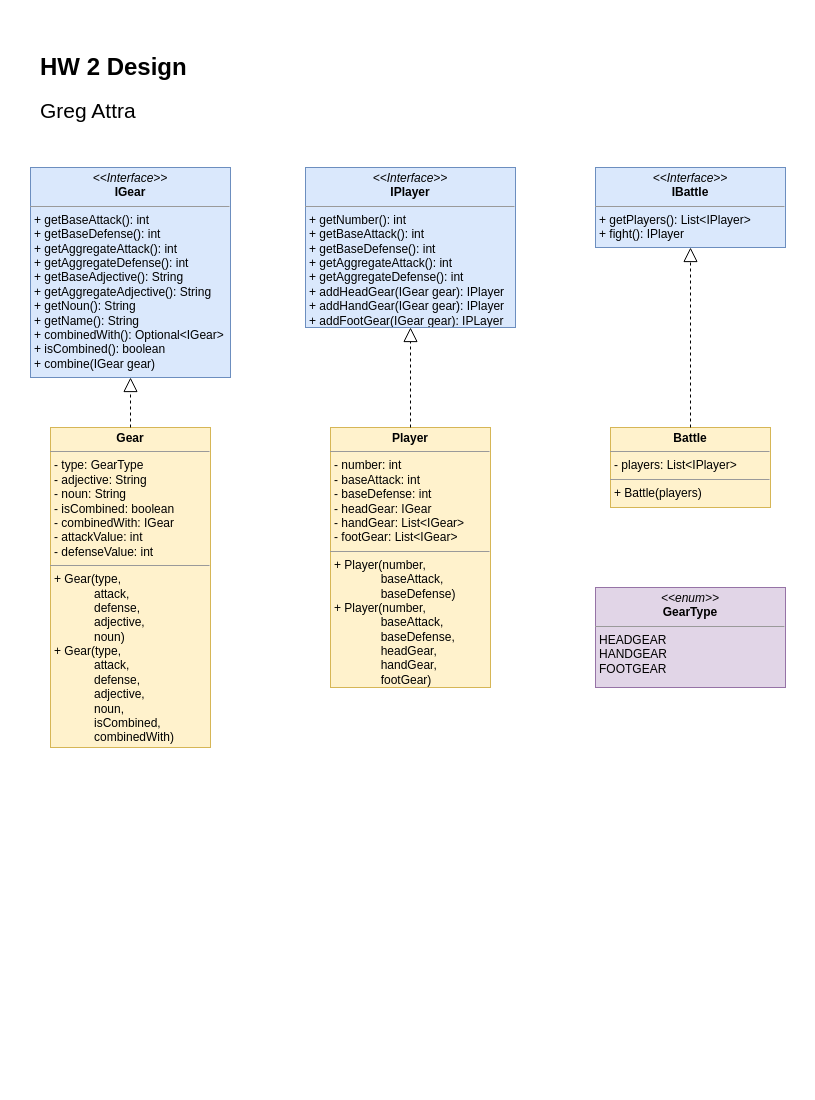
Above: HW2/hw2-design.drawio in gbattra/OOP-Design-Patterns-in-Java (draw.io), before the change. Source tidied: cells renumbered, new cells numbered last; positions are measured from the earlier drawing's top-left corner, leaving out a move shared by most shapes. Both pictures are drawn from the tidied source at 100%, with x=0, y=0 at pixel (30, 47).
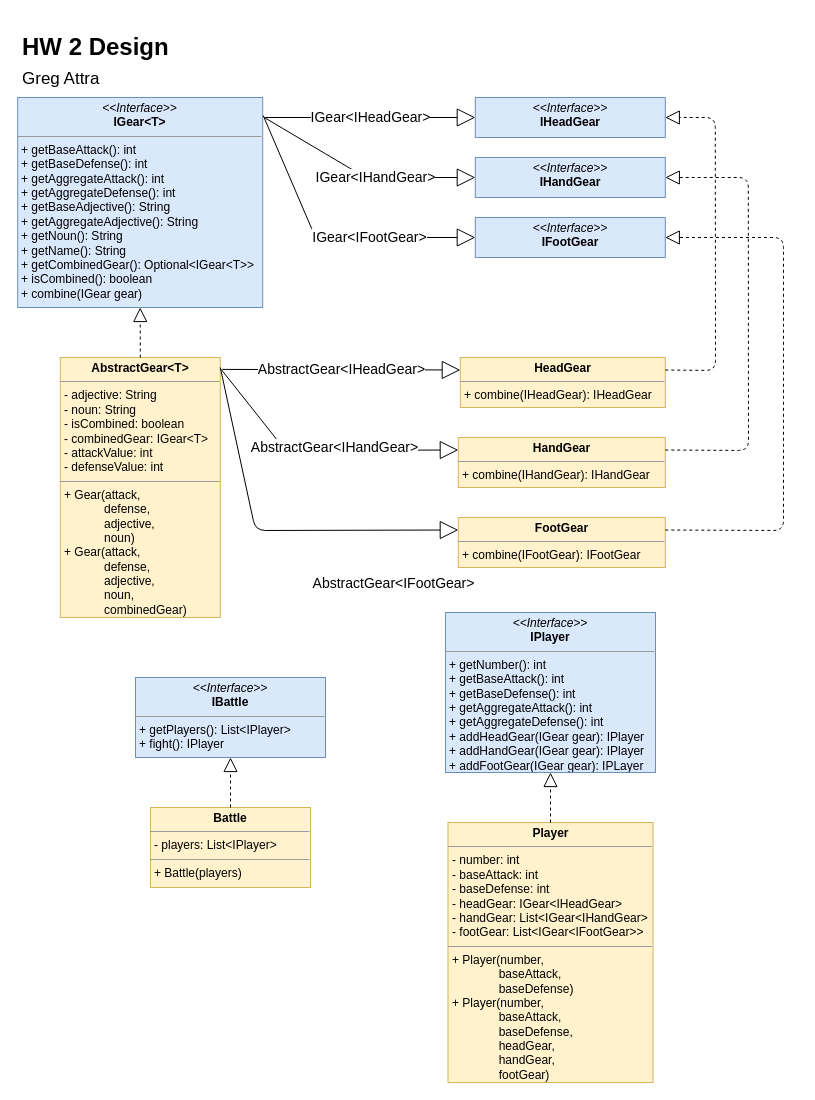
Above is the later version.

Commit message (it also covers changes not shown here):
abstract class and handgear

Diff of the diagram source:
```diff
@@
-    <mxCell id="2" value="&lt;p style=&quot;margin: 0px ; margin-top: 4px ; text-align: center&quot;&gt;&lt;i&gt;&amp;lt;&amp;lt;Interface&amp;gt;&amp;gt;&lt;/i&gt;&lt;br&gt;&lt;b&gt;IGear&lt;/b&gt;&lt;/p&gt;&lt;hr size=&quot;1&quot;&gt;&lt;p style=&quot;margin: 0px ; margin-left: 4px&quot;&gt;&lt;/p&gt;&lt;p style=&quot;margin: 0px ; margin-left: 4px&quot;&gt;+ getBaseAttack(): int&lt;br&gt;+ getBaseDefense(): int&lt;/p&gt;&lt;p style=&quot;margin: 0px ; margin-left: 4px&quot;&gt;+ getAggregateAttack(): int&lt;/p&gt;&lt;p style=&quot;margin: 0px ; margin-left: 4px&quot;&gt;+ getAggregateDefense(): int&lt;/p&gt;&lt;p style=&quot;margin: 0px ; margin-left: 4px&quot;&gt;+ getBaseAdjective(): String&lt;/p&gt;&lt;p style=&quot;margin: 0px ; margin-left: 4px&quot;&gt;+ getAggregateAdjective(): String&lt;/p&gt;&lt;p style=&quot;margin: 0px ; margin-left: 4px&quot;&gt;+ getNoun(): String&lt;/p&gt;&lt;p style=&quot;margin: 0px ; margin-left: 4px&quot;&gt;+ getName(): String&lt;/p&gt;&lt;p style=&quot;margin: 0px ; margin-left: 4px&quot;&gt;+ combinedWith(): Optional&amp;lt;IGear&amp;gt;&lt;/p&gt;&lt;p style=&quot;margin: 0px ; margin-left: 4px&quot;&gt;+ isCombined(): boolean&lt;/p&gt;&lt;p style=&quot;margin: 0px ; margin-left: 4px&quot;&gt;+ combine(IGear gear)&lt;/p&gt;" style="verticalAlign=top;align=left;overflow=fill;fontSize=12;fontFamily=Helvetica;html=1;fillColor=#dae8fc;strokeColor=#6c8ebf;" parent="1" vertex="1">
-      <mxGeometry y="120" width="200" height="210" as="geometry" />
+    <mxCell id="2" value="&lt;p style=&quot;margin: 0px ; margin-top: 4px ; text-align: center&quot;&gt;&lt;i&gt;&amp;lt;&amp;lt;Interface&amp;gt;&amp;gt;&lt;/i&gt;&lt;br&gt;&lt;b&gt;IGear&amp;lt;T&amp;gt;&lt;/b&gt;&lt;/p&gt;&lt;hr size=&quot;1&quot;&gt;&lt;p style=&quot;margin: 0px ; margin-left: 4px&quot;&gt;&lt;/p&gt;&lt;p style=&quot;margin: 0px ; margin-left: 4px&quot;&gt;+ getBaseAttack(): int&lt;br&gt;+ getBaseDefense(): int&lt;/p&gt;&lt;p style=&quot;margin: 0px ; margin-left: 4px&quot;&gt;+ getAggregateAttack(): int&lt;/p&gt;&lt;p style=&quot;margin: 0px ; margin-left: 4px&quot;&gt;+ getAggregateDefense(): int&lt;/p&gt;&lt;p style=&quot;margin: 0px ; margin-left: 4px&quot;&gt;+ getBaseAdjective(): String&lt;/p&gt;&lt;p style=&quot;margin: 0px ; margin-left: 4px&quot;&gt;+ getAggregateAdjective(): String&lt;/p&gt;&lt;p style=&quot;margin: 0px ; margin-left: 4px&quot;&gt;+ getNoun(): String&lt;/p&gt;&lt;p style=&quot;margin: 0px ; margin-left: 4px&quot;&gt;+ getName(): String&lt;/p&gt;&lt;p style=&quot;margin: 0px ; margin-left: 4px&quot;&gt;+ getCombinedGear(): Optional&amp;lt;IGear&amp;lt;T&amp;gt;&amp;gt;&lt;/p&gt;&lt;p style=&quot;margin: 0px ; margin-left: 4px&quot;&gt;+ isCombined(): boolean&lt;/p&gt;&lt;p style=&quot;margin: 0px ; margin-left: 4px&quot;&gt;+ combine(IGear gear)&lt;/p&gt;" style="verticalAlign=top;align=left;overflow=fill;fontSize=12;fontFamily=Helvetica;html=1;fillColor=#dae8fc;strokeColor=#6c8ebf;" parent="1" vertex="1">
+      <mxGeometry x="-12.8" y="50" width="245" height="210" as="geometry" />
     </mxCell>
-    <mxCell id="3" value="&lt;p style=&quot;margin: 0px ; margin-top: 4px ; text-align: center&quot;&gt;&lt;b&gt;Gear&lt;/b&gt;&lt;/p&gt;&lt;hr size=&quot;1&quot;&gt;&lt;p style=&quot;margin: 0px 0px 0px 4px&quot;&gt;- type: GearType&lt;/p&gt;&lt;p style=&quot;margin: 0px 0px 0px 4px&quot;&gt;- adjective: String&lt;/p&gt;&lt;p style=&quot;margin: 0px 0px 0px 4px&quot;&gt;- noun: String&lt;/p&gt;&lt;p style=&quot;margin: 0px 0px 0px 4px&quot;&gt;- isCombined: boolean&lt;/p&gt;&lt;p style=&quot;margin: 0px 0px 0px 4px&quot;&gt;- combinedWith: IGear&lt;/p&gt;&lt;p style=&quot;margin: 0px 0px 0px 4px&quot;&gt;- attackValue: int&lt;/p&gt;&lt;p style=&quot;margin: 0px 0px 0px 4px&quot;&gt;- defenseValue: int&lt;/p&gt;&lt;hr size=&quot;1&quot;&gt;&lt;p style=&quot;margin: 0px ; margin-left: 4px&quot;&gt;+ Gear(type,&amp;nbsp;&lt;/p&gt;&lt;p style=&quot;margin: 0px ; margin-left: 4px&quot;&gt;&amp;nbsp; &amp;nbsp; &amp;nbsp; &amp;nbsp; &amp;nbsp; &amp;nbsp; attack,&lt;/p&gt;&lt;p style=&quot;margin: 0px ; margin-left: 4px&quot;&gt;&amp;nbsp; &amp;nbsp; &amp;nbsp; &amp;nbsp; &amp;nbsp; &amp;nbsp; defense,&lt;/p&gt;&lt;p style=&quot;margin: 0px ; margin-left: 4px&quot;&gt;&amp;nbsp; &amp;nbsp; &amp;nbsp; &amp;nbsp; &amp;nbsp; &amp;nbsp; adjective,&lt;/p&gt;&lt;p style=&quot;margin: 0px ; margin-left: 4px&quot;&gt;&amp;nbsp; &amp;nbsp; &amp;nbsp; &amp;nbsp; &amp;nbsp; &amp;nbsp; noun)&lt;br&gt;&lt;/p&gt;&lt;p style=&quot;margin: 0px 0px 0px 4px&quot;&gt;+ Gear(type,&amp;nbsp;&lt;/p&gt;&lt;p style=&quot;margin: 0px 0px 0px 4px&quot;&gt;&amp;nbsp; &amp;nbsp; &amp;nbsp; &amp;nbsp; &amp;nbsp; &amp;nbsp; attack,&lt;/p&gt;&lt;p style=&quot;margin: 0px 0px 0px 4px&quot;&gt;&amp;nbsp; &amp;nbsp; &amp;nbsp; &amp;nbsp; &amp;nbsp; &amp;nbsp; defense,&lt;/p&gt;&lt;p style=&quot;margin: 0px 0px 0px 4px&quot;&gt;&amp;nbsp; &amp;nbsp; &amp;nbsp; &amp;nbsp; &amp;nbsp; &amp;nbsp; adjective,&lt;/p&gt;&lt;p style=&quot;margin: 0px 0px 0px 4px&quot;&gt;&amp;nbsp; &amp;nbsp; &amp;nbsp; &amp;nbsp; &amp;nbsp; &amp;nbsp; noun,&lt;/p&gt;&lt;p style=&quot;margin: 0px ; margin-left: 4px&quot;&gt;&amp;nbsp; &amp;nbsp; &amp;nbsp; &amp;nbsp; &amp;nbsp; &amp;nbsp; isCombined,&lt;/p&gt;&lt;p style=&quot;margin: 0px ; margin-left: 4px&quot;&gt;&amp;nbsp; &amp;nbsp; &amp;nbsp; &amp;nbsp; &amp;nbsp; &amp;nbsp; combinedWith)&lt;/p&gt;" style="verticalAlign=top;align=left;overflow=fill;fontSize=12;fontFamily=Helvetica;html=1;fillColor=#fff2cc;strokeColor=#d6b656;" parent="1" vertex="1">
-      <mxGeometry x="20" y="380" width="160" height="320" as="geometry" />
+    <mxCell id="3" value="&lt;p style=&quot;margin: 0px ; margin-top: 4px ; text-align: center&quot;&gt;&lt;b&gt;AbstractGear&amp;lt;T&amp;gt;&lt;/b&gt;&lt;/p&gt;&lt;hr size=&quot;1&quot;&gt;&lt;p style=&quot;margin: 0px 0px 0px 4px&quot;&gt;&lt;span&gt;- adjective: String&lt;/span&gt;&lt;br&gt;&lt;/p&gt;&lt;p style=&quot;margin: 0px 0px 0px 4px&quot;&gt;- noun: String&lt;/p&gt;&lt;p style=&quot;margin: 0px 0px 0px 4px&quot;&gt;- isCombined: boolean&lt;/p&gt;&lt;p style=&quot;margin: 0px 0px 0px 4px&quot;&gt;- combinedGear: IGear&amp;lt;T&amp;gt;&lt;/p&gt;&lt;p style=&quot;margin: 0px 0px 0px 4px&quot;&gt;- attackValue: int&lt;/p&gt;&lt;p style=&quot;margin: 0px 0px 0px 4px&quot;&gt;- defenseValue: int&lt;/p&gt;&lt;hr size=&quot;1&quot;&gt;&lt;p style=&quot;margin: 0px ; margin-left: 4px&quot;&gt;+ Gear(&lt;span&gt;attack,&lt;/span&gt;&lt;/p&gt;&lt;p style=&quot;margin: 0px ; margin-left: 4px&quot;&gt;&amp;nbsp; &amp;nbsp; &amp;nbsp; &amp;nbsp; &amp;nbsp; &amp;nbsp; defense,&lt;/p&gt;&lt;p style=&quot;margin: 0px ; margin-left: 4px&quot;&gt;&amp;nbsp; &amp;nbsp; &amp;nbsp; &amp;nbsp; &amp;nbsp; &amp;nbsp; adjective,&lt;/p&gt;&lt;p style=&quot;margin: 0px ; margin-left: 4px&quot;&gt;&amp;nbsp; &amp;nbsp; &amp;nbsp; &amp;nbsp; &amp;nbsp; &amp;nbsp; noun)&lt;br&gt;&lt;/p&gt;&lt;p style=&quot;margin: 0px 0px 0px 4px&quot;&gt;+ Gear(&lt;span&gt;attack,&lt;/span&gt;&lt;/p&gt;&lt;p style=&quot;margin: 0px 0px 0px 4px&quot;&gt;&amp;nbsp; &amp;nbsp; &amp;nbsp; &amp;nbsp; &amp;nbsp; &amp;nbsp; defense,&lt;/p&gt;&lt;p style=&quot;margin: 0px 0px 0px 4px&quot;&gt;&amp;nbsp; &amp;nbsp; &amp;nbsp; &amp;nbsp; &amp;nbsp; &amp;nbsp; adjective,&lt;/p&gt;&lt;p style=&quot;margin: 0px 0px 0px 4px&quot;&gt;&amp;nbsp; &amp;nbsp; &amp;nbsp; &amp;nbsp; &amp;nbsp; &amp;nbsp; noun,&lt;/p&gt;&lt;p style=&quot;margin: 0px ; margin-left: 4px&quot;&gt;&amp;nbsp; &amp;nbsp; &amp;nbsp; &amp;nbsp; &amp;nbsp; &amp;nbsp; combinedGear)&lt;/p&gt;" style="verticalAlign=top;align=left;overflow=fill;fontSize=12;fontFamily=Helvetica;html=1;fillColor=#fff2cc;strokeColor=#d6b656;" parent="1" vertex="1">
+      <mxGeometry x="29.8" y="310" width="160" height="260" as="geometry" />
     </mxCell>
@@
     <mxCell id="5" value="&lt;p style=&quot;margin: 0px ; margin-top: 4px ; text-align: center&quot;&gt;&lt;i&gt;&amp;lt;&amp;lt;Interface&amp;gt;&amp;gt;&lt;/i&gt;&lt;br&gt;&lt;b&gt;IPlayer&lt;/b&gt;&lt;/p&gt;&lt;hr size=&quot;1&quot;&gt;&lt;p style=&quot;margin: 0px ; margin-left: 4px&quot;&gt;+ getNumber(): int&lt;/p&gt;&lt;p style=&quot;margin: 0px ; margin-left: 4px&quot;&gt;+ getBaseAttack(): int&lt;/p&gt;&lt;p style=&quot;margin: 0px ; margin-left: 4px&quot;&gt;+ getBaseDefense(): int&lt;/p&gt;&lt;p style=&quot;margin: 0px ; margin-left: 4px&quot;&gt;+ getAggregateAttack(): int&lt;br&gt;&lt;/p&gt;&lt;p style=&quot;margin: 0px ; margin-left: 4px&quot;&gt;+ getAggregateDefense(): int&lt;/p&gt;&lt;p style=&quot;margin: 0px ; margin-left: 4px&quot;&gt;+ addHeadGear(IGear gear): IPlayer&lt;/p&gt;&lt;p style=&quot;margin: 0px ; margin-left: 4px&quot;&gt;+ addHandGear(IGear gear): IPlayer&lt;/p&gt;&lt;p style=&quot;margin: 0px ; margin-left: 4px&quot;&gt;+ addFootGear(IGear gear): IPLayer&lt;/p&gt;" style="verticalAlign=top;align=left;overflow=fill;fontSize=12;fontFamily=Helvetica;html=1;fillColor=#dae8fc;strokeColor=#6c8ebf;" parent="1" vertex="1">
-      <mxGeometry x="275" y="120" width="210" height="160" as="geometry" />
+      <mxGeometry x="415" y="565" width="210" height="160" as="geometry" />
     </mxCell>
-    <mxCell id="6" value="&lt;p style=&quot;margin: 0px ; margin-top: 4px ; text-align: center&quot;&gt;&lt;b&gt;Player&lt;/b&gt;&lt;/p&gt;&lt;hr size=&quot;1&quot;&gt;&lt;p style=&quot;margin: 0px ; margin-left: 4px&quot;&gt;- number: int&lt;/p&gt;&lt;p style=&quot;margin: 0px ; margin-left: 4px&quot;&gt;- baseAttack: int&lt;/p&gt;&lt;p style=&quot;margin: 0px ; margin-left: 4px&quot;&gt;- baseDefense: int&lt;/p&gt;&lt;p style=&quot;margin: 0px ; margin-left: 4px&quot;&gt;- headGear: IGear&lt;br&gt;- handGear: List&amp;lt;IGear&amp;gt;&lt;/p&gt;&lt;p style=&quot;margin: 0px ; margin-left: 4px&quot;&gt;- footGear: List&amp;lt;IGear&amp;gt;&lt;/p&gt;&lt;hr size=&quot;1&quot;&gt;&lt;p style=&quot;margin: 0px ; margin-left: 4px&quot;&gt;+ Player(number,&lt;/p&gt;&lt;p style=&quot;margin: 0px ; margin-left: 4px&quot;&gt;&amp;nbsp; &amp;nbsp; &amp;nbsp; &amp;nbsp; &amp;nbsp; &amp;nbsp; &amp;nbsp; baseAttack,&lt;/p&gt;&lt;p style=&quot;margin: 0px ; margin-left: 4px&quot;&gt;&amp;nbsp; &amp;nbsp; &amp;nbsp; &amp;nbsp; &amp;nbsp; &amp;nbsp; &amp;nbsp; baseDefense)&lt;/p&gt;&lt;p style=&quot;margin: 0px ; margin-left: 4px&quot;&gt;+ Player(number,&lt;/p&gt;&lt;p style=&quot;margin: 0px ; margin-left: 4px&quot;&gt;&amp;nbsp; &amp;nbsp; &amp;nbsp; &amp;nbsp; &amp;nbsp; &amp;nbsp; &amp;nbsp; baseAttack,&lt;/p&gt;&lt;p style=&quot;margin: 0px ; margin-left: 4px&quot;&gt;&amp;nbsp; &amp;nbsp; &amp;nbsp; &amp;nbsp; &amp;nbsp; &amp;nbsp; &amp;nbsp; baseDefense,&lt;/p&gt;&lt;p style=&quot;margin: 0px ; margin-left: 4px&quot;&gt;&amp;nbsp; &amp;nbsp; &amp;nbsp; &amp;nbsp; &amp;nbsp; &amp;nbsp; &amp;nbsp; headGear,&lt;/p&gt;&lt;p style=&quot;margin: 0px ; margin-left: 4px&quot;&gt;&amp;nbsp; &amp;nbsp; &amp;nbsp; &amp;nbsp; &amp;nbsp; &amp;nbsp; &amp;nbsp; handGear,&lt;/p&gt;&lt;p style=&quot;margin: 0px ; margin-left: 4px&quot;&gt;&amp;nbsp; &amp;nbsp; &amp;nbsp; &amp;nbsp; &amp;nbsp; &amp;nbsp; &amp;nbsp; footGear)&lt;/p&gt;" style="verticalAlign=top;align=left;overflow=fill;fontSize=12;fontFamily=Helvetica;html=1;fillColor=#fff2cc;strokeColor=#d6b656;" parent="1" vertex="1">
-      <mxGeometry x="300" y="380" width="160" height="260" as="geometry" />
+    <mxCell id="6" value="&lt;p style=&quot;margin: 0px ; margin-top: 4px ; text-align: center&quot;&gt;&lt;b&gt;Player&lt;/b&gt;&lt;/p&gt;&lt;hr size=&quot;1&quot;&gt;&lt;p style=&quot;margin: 0px ; margin-left: 4px&quot;&gt;- number: int&lt;/p&gt;&lt;p style=&quot;margin: 0px ; margin-left: 4px&quot;&gt;- baseAttack: int&lt;/p&gt;&lt;p style=&quot;margin: 0px ; margin-left: 4px&quot;&gt;- baseDefense: int&lt;/p&gt;&lt;p style=&quot;margin: 0px ; margin-left: 4px&quot;&gt;- headGear: IGear&amp;lt;IHeadGear&amp;gt;&lt;br&gt;- handGear: List&amp;lt;IGear&amp;lt;IHandGear&amp;gt;&lt;/p&gt;&lt;p style=&quot;margin: 0px ; margin-left: 4px&quot;&gt;- footGear: List&amp;lt;IGear&amp;lt;IFootGear&amp;gt;&amp;gt;&lt;/p&gt;&lt;hr size=&quot;1&quot;&gt;&lt;p style=&quot;margin: 0px ; margin-left: 4px&quot;&gt;+ Player(number,&lt;/p&gt;&lt;p style=&quot;margin: 0px ; margin-left: 4px&quot;&gt;&amp;nbsp; &amp;nbsp; &amp;nbsp; &amp;nbsp; &amp;nbsp; &amp;nbsp; &amp;nbsp; baseAttack,&lt;/p&gt;&lt;p style=&quot;margin: 0px ; margin-left: 4px&quot;&gt;&amp;nbsp; &amp;nbsp; &amp;nbsp; &amp;nbsp; &amp;nbsp; &amp;nbsp; &amp;nbsp; baseDefense)&lt;/p&gt;&lt;p style=&quot;margin: 0px ; margin-left: 4px&quot;&gt;+ Player(number,&lt;/p&gt;&lt;p style=&quot;margin: 0px ; margin-left: 4px&quot;&gt;&amp;nbsp; &amp;nbsp; &amp;nbsp; &amp;nbsp; &amp;nbsp; &amp;nbsp; &amp;nbsp; baseAttack,&lt;/p&gt;&lt;p style=&quot;margin: 0px ; margin-left: 4px&quot;&gt;&amp;nbsp; &amp;nbsp; &amp;nbsp; &amp;nbsp; &amp;nbsp; &amp;nbsp; &amp;nbsp; baseDefense,&lt;/p&gt;&lt;p style=&quot;margin: 0px ; margin-left: 4px&quot;&gt;&amp;nbsp; &amp;nbsp; &amp;nbsp; &amp;nbsp; &amp;nbsp; &amp;nbsp; &amp;nbsp; headGear,&lt;/p&gt;&lt;p style=&quot;margin: 0px ; margin-left: 4px&quot;&gt;&amp;nbsp; &amp;nbsp; &amp;nbsp; &amp;nbsp; &amp;nbsp; &amp;nbsp; &amp;nbsp; handGear,&lt;/p&gt;&lt;p style=&quot;margin: 0px ; margin-left: 4px&quot;&gt;&amp;nbsp; &amp;nbsp; &amp;nbsp; &amp;nbsp; &amp;nbsp; &amp;nbsp; &amp;nbsp; footGear)&lt;/p&gt;" style="verticalAlign=top;align=left;overflow=fill;fontSize=12;fontFamily=Helvetica;html=1;fillColor=#fff2cc;strokeColor=#d6b656;" parent="1" vertex="1">
+      <mxGeometry x="417.5" y="775" width="205" height="260" as="geometry" />
     </mxCell>
@@
     <mxCell id="8" value="&lt;p style=&quot;margin: 0px ; margin-top: 4px ; text-align: center&quot;&gt;&lt;i&gt;&amp;lt;&amp;lt;Interface&amp;gt;&amp;gt;&lt;/i&gt;&lt;br&gt;&lt;b&gt;IBattle&lt;/b&gt;&lt;/p&gt;&lt;hr size=&quot;1&quot;&gt;&lt;p style=&quot;margin: 0px ; margin-left: 4px&quot;&gt;+ getPlayers(): List&amp;lt;IPlayer&amp;gt;&lt;/p&gt;&lt;p style=&quot;margin: 0px ; margin-left: 4px&quot;&gt;+ fight(): IPlayer&lt;/p&gt;" style="verticalAlign=top;align=left;overflow=fill;fontSize=12;fontFamily=Helvetica;html=1;fillColor=#dae8fc;strokeColor=#6c8ebf;" parent="1" vertex="1">
-      <mxGeometry x="565" y="120" width="190" height="80" as="geometry" />
+      <mxGeometry x="105" y="630" width="190" height="80" as="geometry" />
     </mxCell>
     <mxCell id="9" value="&lt;p style=&quot;margin: 0px ; margin-top: 4px ; text-align: center&quot;&gt;&lt;b&gt;Battle&lt;/b&gt;&lt;/p&gt;&lt;hr size=&quot;1&quot;&gt;&lt;p style=&quot;margin: 0px ; margin-left: 4px&quot;&gt;- players: List&amp;lt;IPlayer&amp;gt;&lt;/p&gt;&lt;hr size=&quot;1&quot;&gt;&lt;p style=&quot;margin: 0px ; margin-left: 4px&quot;&gt;+ Battle(players)&lt;/p&gt;" style="verticalAlign=top;align=left;overflow=fill;fontSize=12;fontFamily=Helvetica;html=1;fillColor=#fff2cc;strokeColor=#d6b656;" parent="1" vertex="1">
-      <mxGeometry x="580" y="380" width="160" height="80" as="geometry" />
+      <mxGeometry x="120" y="760" width="160" height="80" as="geometry" />
     </mxCell>
@@
-    <mxCell id="11" value="&lt;p style=&quot;margin: 0px ; margin-top: 4px ; text-align: center&quot;&gt;&lt;i&gt;&amp;lt;&amp;lt;enum&amp;gt;&amp;gt;&lt;/i&gt;&lt;br&gt;&lt;b&gt;GearType&lt;/b&gt;&lt;/p&gt;&lt;hr size=&quot;1&quot;&gt;&lt;p style=&quot;margin: 0px ; margin-left: 4px&quot;&gt;HEADGEAR&lt;/p&gt;&lt;p style=&quot;margin: 0px ; margin-left: 4px&quot;&gt;HANDGEAR&lt;/p&gt;&lt;p style=&quot;margin: 0px ; margin-left: 4px&quot;&gt;FOOTGEAR&lt;/p&gt;" style="verticalAlign=top;align=left;overflow=fill;fontSize=12;fontFamily=Helvetica;html=1;fillColor=#e1d5e7;strokeColor=#9673a6;" parent="1" vertex="1">
-      <mxGeometry x="565" y="540" width="190" height="100" as="geometry" />
-    </mxCell>
-    <mxCell id="12" value="&lt;h1&gt;HW 2 Design&lt;/h1&gt;&lt;p&gt;&lt;font style=&quot;font-size: 21px&quot;&gt;Greg Attra&lt;/font&gt;&lt;/p&gt;" style="text;html=1;strokeColor=none;fillColor=none;spacing=5;spacingTop=-20;whiteSpace=wrap;overflow=hidden;rounded=0;" parent="1" vertex="1">
-      <mxGeometry x="5" width="190" height="120" as="geometry" />
+    <mxCell id="12" value="&lt;h1&gt;HW 2 Design&lt;br&gt;&lt;span style=&quot;font-weight: normal&quot;&gt;&lt;font style=&quot;font-size: 17px&quot;&gt;Greg Attra&lt;/font&gt;&lt;/span&gt;&lt;/h1&gt;" style="text;html=1;strokeColor=none;fillColor=none;spacing=5;spacingTop=-20;whiteSpace=wrap;overflow=hidden;rounded=0;" parent="1" vertex="1">
+      <mxGeometry x="-12.8" y="-20" width="190" height="120" as="geometry" />
     </mxCell>
+    <mxCell id="13" value="&lt;p style=&quot;margin: 0px ; margin-top: 4px ; text-align: center&quot;&gt;&lt;i&gt;&amp;lt;&amp;lt;Interface&amp;gt;&amp;gt;&lt;/i&gt;&lt;br&gt;&lt;b&gt;IHeadGear&lt;/b&gt;&lt;/p&gt;&lt;p style=&quot;margin: 0px ; margin-left: 4px&quot;&gt;&lt;br&gt;&lt;/p&gt;" style="verticalAlign=top;align=left;overflow=fill;fontSize=12;fontFamily=Helvetica;html=1;fillColor=#dae8fc;strokeColor=#6c8ebf;" parent="1" vertex="1">
+      <mxGeometry x="444.8" y="50" width="190" height="40" as="geometry" />
+    </mxCell>
+    <mxCell id="14" value="&lt;font style=&quot;font-size: 14px&quot;&gt;IGear&amp;lt;IHeadGear&amp;gt;&lt;/font&gt;" style="endArrow=block;endSize=16;endFill=0;html=1;entryX=0;entryY=0.5;entryDx=0;entryDy=0;" parent="1" edge="1" target="13">
+      <mxGeometry relative="1" as="geometry">
+        <mxPoint x="234.8" y="70" as="sourcePoint" />
+      </mxGeometry>
+    </mxCell>
+    <mxCell id="15" value="&lt;p style=&quot;margin: 0px ; margin-top: 4px ; text-align: center&quot;&gt;&lt;i&gt;&amp;lt;&amp;lt;Interface&amp;gt;&amp;gt;&lt;/i&gt;&lt;br&gt;&lt;b&gt;IHandGear&lt;/b&gt;&lt;/p&gt;&lt;p style=&quot;margin: 0px ; margin-left: 4px&quot;&gt;&lt;br&gt;&lt;/p&gt;" style="verticalAlign=top;align=left;overflow=fill;fontSize=12;fontFamily=Helvetica;html=1;fillColor=#dae8fc;strokeColor=#6c8ebf;" parent="1" vertex="1">
+      <mxGeometry x="444.8" y="110" width="190" height="40" as="geometry" />
+    </mxCell>
+    <mxCell id="16" value="&lt;font style=&quot;font-size: 14px&quot;&gt;IGear&amp;lt;IHandGear&amp;gt;&lt;/font&gt;" style="endArrow=block;endSize=16;endFill=0;html=1;entryX=0;entryY=0.5;entryDx=0;entryDy=0;exitX=1.006;exitY=0.095;exitDx=0;exitDy=0;exitPerimeter=0;" parent="1" edge="1" source="2" target="15">
+      <mxGeometry x="0.04" y="10" relative="1" as="geometry">
+        <Array as="points">
+          <mxPoint x="335" y="130" />
+        </Array>
+        <mxPoint x="10" y="10" as="offset" />
+      </mxGeometry>
+    </mxCell>
+    <mxCell id="17" value="&lt;p style=&quot;margin: 0px ; margin-top: 4px ; text-align: center&quot;&gt;&lt;i&gt;&amp;lt;&amp;lt;Interface&amp;gt;&amp;gt;&lt;/i&gt;&lt;br&gt;&lt;b&gt;IFootGear&lt;/b&gt;&lt;/p&gt;&lt;p style=&quot;margin: 0px ; margin-left: 4px&quot;&gt;&lt;br&gt;&lt;/p&gt;" style="verticalAlign=top;align=left;overflow=fill;fontSize=12;fontFamily=Helvetica;html=1;fillColor=#dae8fc;strokeColor=#6c8ebf;" parent="1" vertex="1">
+      <mxGeometry x="444.8" y="170" width="190" height="40" as="geometry" />
+    </mxCell>
+    <mxCell id="18" value="&lt;font style=&quot;font-size: 14px&quot;&gt;IGear&amp;lt;IFootGear&amp;gt;&lt;/font&gt;" style="endArrow=block;endSize=16;endFill=0;html=1;entryX=0;entryY=0.5;entryDx=0;entryDy=0;exitX=1.002;exitY=0.086;exitDx=0;exitDy=0;exitPerimeter=0;" parent="1" edge="1" source="2" target="17">
+      <mxGeometry x="-0.06" y="50" relative="1" as="geometry">
+        <Array as="points">
+          <mxPoint x="285" y="190" />
+        </Array>
+        <mxPoint x="50" y="50" as="offset" />
+      </mxGeometry>
+    </mxCell>
+    <mxCell id="19" value="&lt;p style=&quot;margin: 0px ; margin-top: 4px ; text-align: center&quot;&gt;&lt;b&gt;HeadGear&lt;/b&gt;&lt;/p&gt;&lt;hr size=&quot;1&quot;&gt;&lt;p style=&quot;margin: 0px ; margin-left: 4px&quot;&gt;&lt;/p&gt;&lt;p style=&quot;margin: 0px ; margin-left: 4px&quot;&gt;+ combine(IHeadGear): IHeadGear&lt;/p&gt;" style="verticalAlign=top;align=left;overflow=fill;fontSize=12;fontFamily=Helvetica;html=1;fillColor=#fff2cc;strokeColor=#d6b656;" parent="1" vertex="1">
+      <mxGeometry x="429.8" y="310" width="205" height="50" as="geometry" />
+    </mxCell>
+    <mxCell id="20" value="&lt;p style=&quot;margin: 0px ; margin-top: 4px ; text-align: center&quot;&gt;&lt;b&gt;HandGear&lt;/b&gt;&lt;/p&gt;&lt;hr size=&quot;1&quot;&gt;&lt;p style=&quot;margin: 0px ; margin-left: 4px&quot;&gt;&lt;/p&gt;&lt;p style=&quot;margin: 0px ; margin-left: 4px&quot;&gt;+ combine(IHandGear): IHandGear&lt;/p&gt;" style="verticalAlign=top;align=left;overflow=fill;fontSize=12;fontFamily=Helvetica;html=1;fillColor=#fff2cc;strokeColor=#d6b656;" parent="1" vertex="1">
+      <mxGeometry x="427.8" y="390" width="207" height="50" as="geometry" />
+    </mxCell>
+    <mxCell id="21" value="&lt;p style=&quot;margin: 0px ; margin-top: 4px ; text-align: center&quot;&gt;&lt;b&gt;FootGear&lt;/b&gt;&lt;/p&gt;&lt;hr size=&quot;1&quot;&gt;&lt;p style=&quot;margin: 0px ; margin-left: 4px&quot;&gt;&lt;/p&gt;&lt;p style=&quot;margin: 0px ; margin-left: 4px&quot;&gt;+ combine(IFootGear): IFootGear&lt;/p&gt;" style="verticalAlign=top;align=left;overflow=fill;fontSize=12;fontFamily=Helvetica;html=1;fillColor=#fff2cc;strokeColor=#d6b656;" parent="1" vertex="1">
+      <mxGeometry x="427.8" y="470" width="207" height="50" as="geometry" />
+    </mxCell>
+    <mxCell id="22" style="endArrow=block;dashed=1;endFill=0;endSize=12;html=1;exitX=1;exitY=0.25;exitDx=0;exitDy=0;entryX=1;entryY=0.5;entryDx=0;entryDy=0;" parent="1" edge="1" source="19" target="13">
+      <mxGeometry relative="1" as="geometry">
+        <Array as="points">
+          <mxPoint x="685" y="323" />
+          <mxPoint x="684.8" y="70" />
+        </Array>
+      </mxGeometry>
+    </mxCell>
+    <mxCell id="23" style="endArrow=block;dashed=1;endFill=0;endSize=12;html=1;exitX=1;exitY=0.25;exitDx=0;exitDy=0;entryX=1;entryY=0.5;entryDx=0;entryDy=0;" parent="1" edge="1" source="20" target="15">
+      <mxGeometry relative="1" as="geometry">
+        <Array as="points">
+          <mxPoint x="718" y="403" />
+          <mxPoint x="717.8" y="130" />
+        </Array>
+      </mxGeometry>
+    </mxCell>
+    <mxCell id="24" style="endArrow=block;dashed=1;endFill=0;endSize=12;html=1;exitX=1;exitY=0.25;exitDx=0;exitDy=0;entryX=1;entryY=0.5;entryDx=0;entryDy=0;" parent="1" edge="1" source="21" target="17">
+      <mxGeometry relative="1" as="geometry">
+        <Array as="points">
+          <mxPoint x="753" y="483" />
+          <mxPoint x="753" y="190" />
+        </Array>
+      </mxGeometry>
+    </mxCell>
+    <mxCell id="25" value="&lt;font style=&quot;font-size: 14px&quot;&gt;AbstractGear&amp;lt;IHeadGear&amp;gt;&lt;/font&gt;" style="endArrow=block;endSize=16;endFill=0;html=1;entryX=0;entryY=0.25;entryDx=0;entryDy=0;" parent="1" edge="1" target="19">
+      <mxGeometry relative="1" as="geometry">
+        <mxPoint x="191.8" y="321.9" as="sourcePoint" />
+      </mxGeometry>
+    </mxCell>
+    <mxCell id="26" value="&lt;font style=&quot;font-size: 14px&quot;&gt;AbstractGear&amp;lt;IHandGear&amp;gt;&lt;/font&gt;" style="endArrow=block;endSize=16;endFill=0;html=1;entryX=0;entryY=0.25;entryDx=0;entryDy=0;exitX=1.006;exitY=0.095;exitDx=0;exitDy=0;exitPerimeter=0;" parent="1" edge="1" target="20">
+      <mxGeometry x="0.11" y="3" relative="1" as="geometry">
+        <mxPoint x="190.7" y="321.9" as="sourcePoint" />
+        <Array as="points">
+          <mxPoint x="255" y="403" />
+        </Array>
+      </mxGeometry>
+    </mxCell>
+    <mxCell id="27" value="&lt;font style=&quot;font-size: 14px&quot;&gt;AbstractGear&amp;lt;IFootGear&amp;gt;&lt;/font&gt;" style="endArrow=block;endSize=16;endFill=0;html=1;entryX=0;entryY=0.25;entryDx=0;entryDy=0;exitX=1.002;exitY=0.086;exitDx=0;exitDy=0;exitPerimeter=0;" parent="1" edge="1" target="21">
+      <mxGeometry x="-0.1" y="70" relative="1" as="geometry">
+        <mxPoint x="189.8" y="320" as="sourcePoint" />
+        <Array as="points">
+          <mxPoint x="225" y="483" />
+        </Array>
+        <mxPoint x="70" y="69" as="offset" />
+      </mxGeometry>
+    </mxCell>
```
